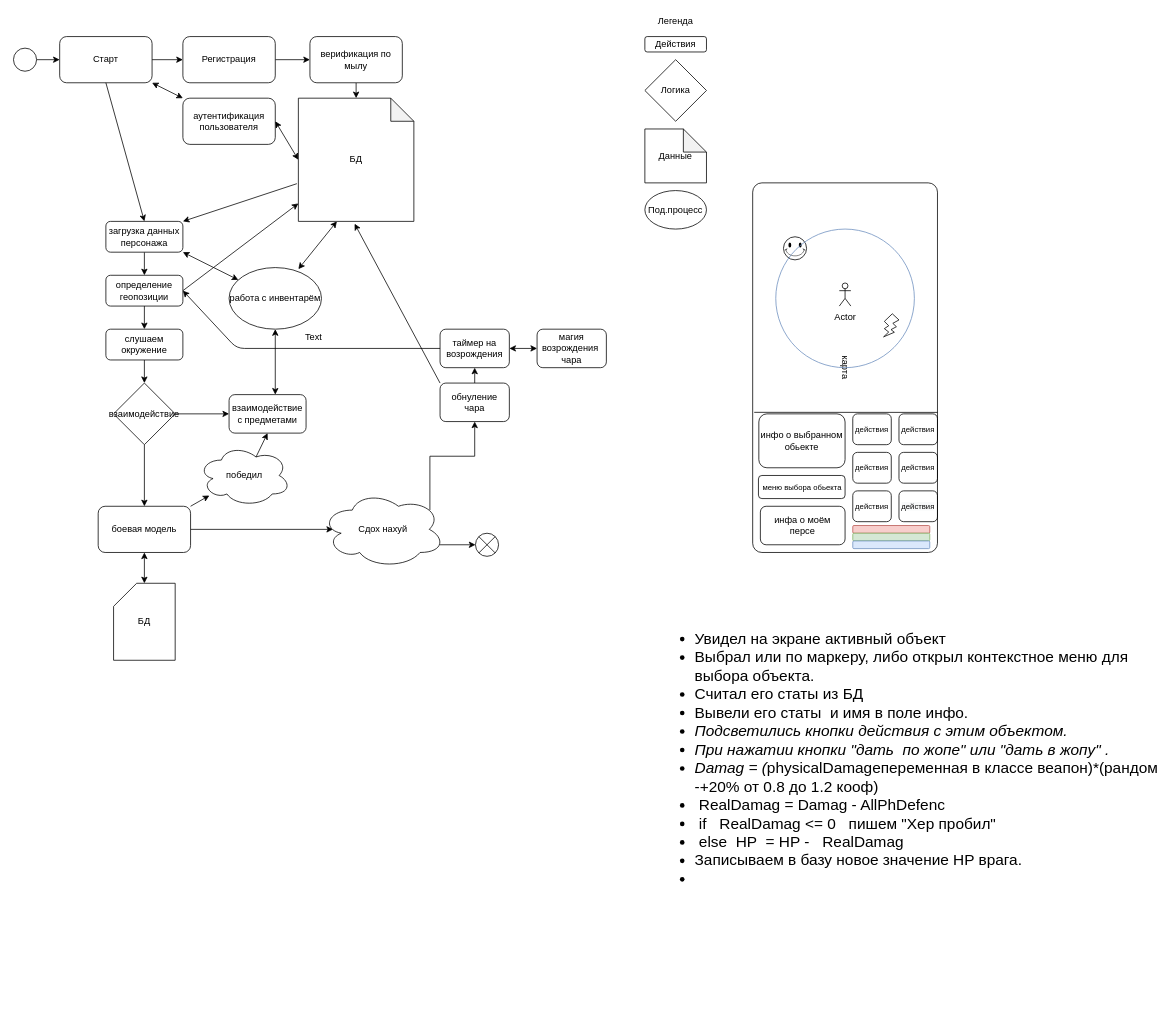
Above: page "All Architecture" (5 of 14) of Architecture.drawio in PhoenixVRN/Mafia (draw.io), before the change. Source tidied: cells renumbered, new cells numbered last; positions are measured from the earlier drawing's top-left corner, leaving out a move shared by most shapes. Both pictures are drawn from the tidied source at 77%, with x=0, y=0 at pixel (13, 13).
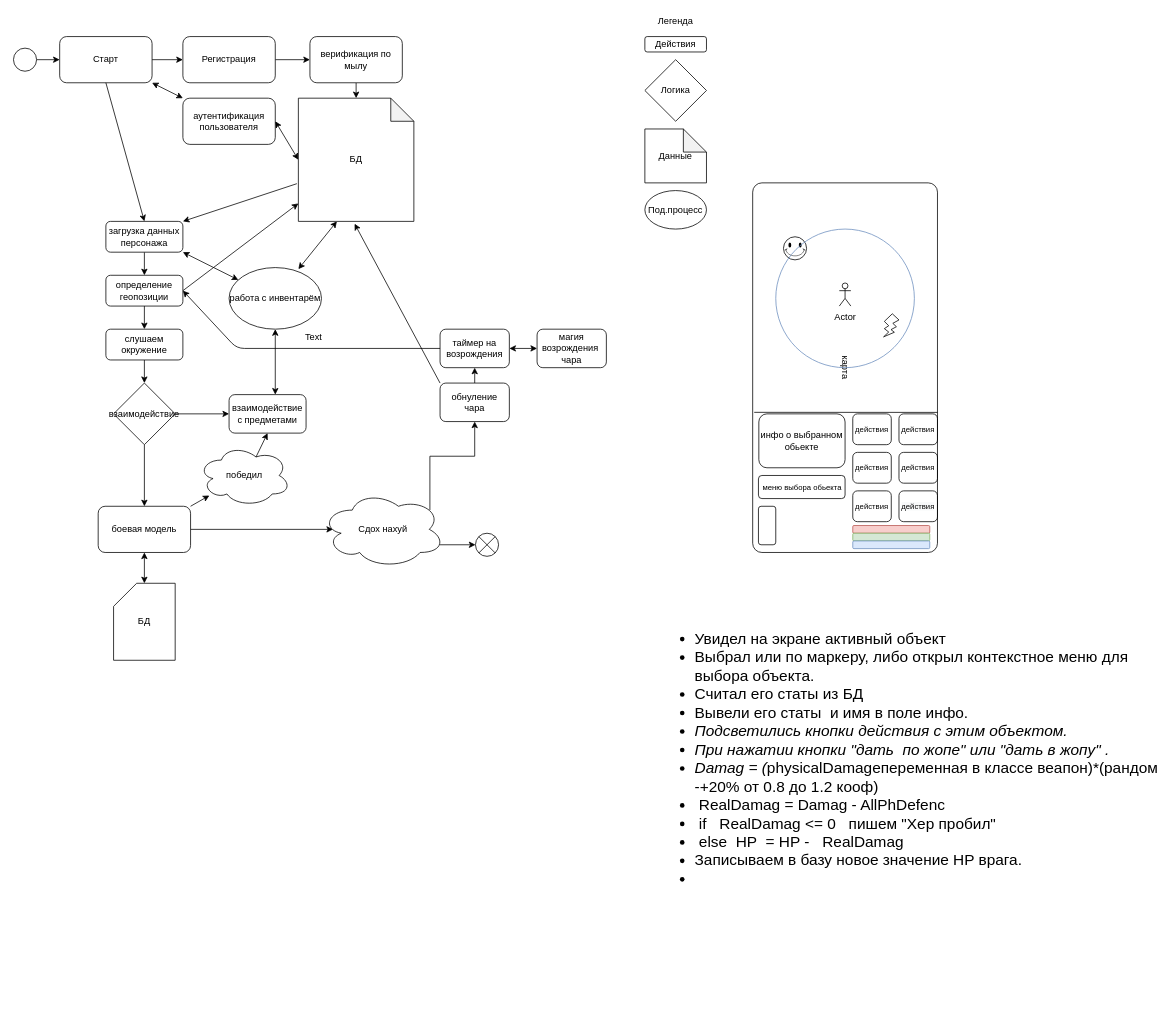
The same diagram, later.

What changed in the source:
```diff
@@
-    <mxCell id="68" value="инфа о моём персе" style="rounded=1;whiteSpace=wrap;html=1;fillColor=none;gradientColor=none;" parent="1" vertex="1">
-      <mxGeometry x="970" y="640" width="110" height="50" as="geometry" />
-    </mxCell>
@@
+    <mxCell id="74" style="rounded=1;whiteSpace=wrap;html=1;" parent="1" vertex="1">
+      <mxGeometry x="967.5" y="640" width="22.5" height="50" as="geometry" />
+    </mxCell>
```
